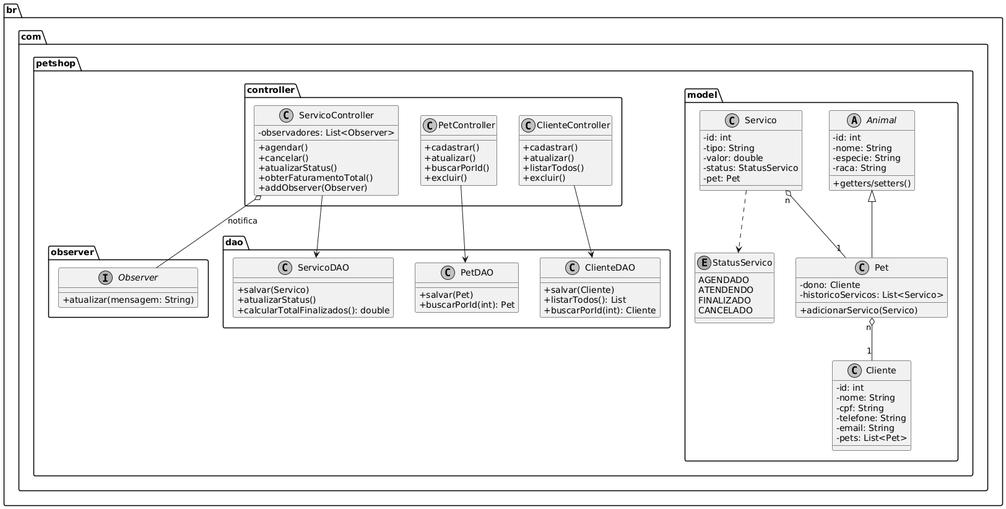
This is screenshots/diagrama.png from Km4rcos/trabalho-petshop-poo, a PlantUML export, as it was before one commit. Its diagram source:
```plantuml
@startuml
skinparam classAttributeIconSize 0
skinparam monochrome true
skinparam shadowing false

package "br.com.petshop.model" {
    abstract class Animal {
        - id: int
        - nome: String
        - especie: String
        - raca: String
        + getters/setters()
    }

    class Pet {
        - dono: Cliente
        - historicoServicos: List<Servico>
        + adicionarServico(Servico)
    }

    class Cliente {
        - id: int
        - nome: String
        - cpf: String
        - telefone: String
        - email: String
        - pets: List<Pet>
    }

    class Servico {
        - id: int
        - tipo: String
        - valor: double
        - status: StatusServico
        - pet: Pet
    }

    enum StatusServico {
        AGENDADO
        ATENDENDO
        FINALIZADO
        CANCELADO
    }
}

package "br.com.petshop.observer" {
    interface Observer {
        + atualizar(mensagem: String)
    }
}

package "br.com.petshop.controller" {
    class ClienteController {
        + cadastrar()
        + atualizar()
        + listarTodos()
        + excluir()
    }

    class PetController {
        + cadastrar()
        + atualizar()
        + buscarPorId()
        + excluir()
    }

    class ServicoController {
        - observadores: List<Observer>
        + agendar()
        + cancelar()
        + atualizarStatus()
        + obterFaturamentoTotal()
        + addObserver(Observer)
    }
}

package "br.com.petshop.dao" {
    class ClienteDAO {
        + salvar(Cliente)
        + listarTodos(): List
        + buscarPorId(int): Cliente
    }
    class PetDAO {
        + salvar(Pet)
        + buscarPorId(int): Pet
    }
    class ServicoDAO {
        + salvar(Servico)
        + atualizarStatus()
        + calcularTotalFinalizados(): double
    }
}

Animal <|-- Pet
Pet "n" o-- "1" Cliente
Servico "n" o-- "1" Pet
Servico ..> StatusServico
ServicoController o-- Observer : notifica
ClienteController --> ClienteDAO
PetController --> PetDAO
ServicoController --> ServicoDAO
@enduml
```
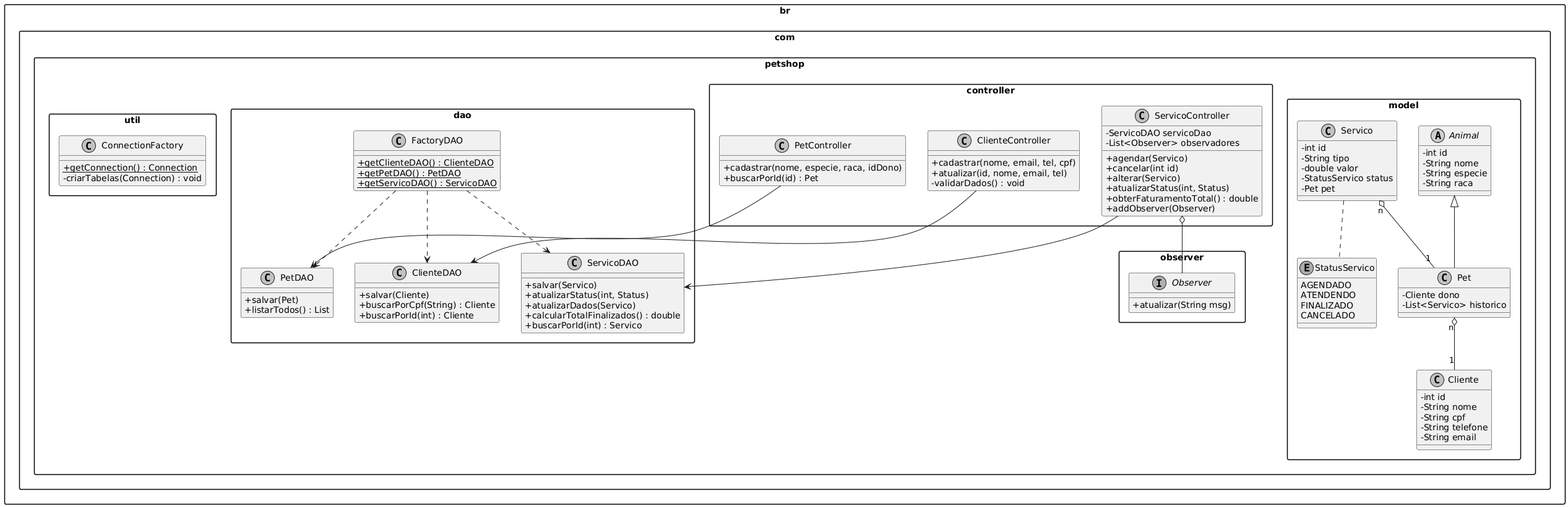
After the change.

Commit message:
Ajuste no diagrama.

Change to the diagram source:
```diff
@@ -1,38 +1,35 @@
 @startuml
 skinparam classAttributeIconSize 0
 skinparam monochrome true
-skinparam shadowing false
+skinparam packageStyle rectangle
 
 package "br.com.petshop.model" {
     abstract class Animal {
-        - id: int
-        - nome: String
-        - especie: String
-        - raca: String
-        + getters/setters()
+        - int id
+        - String nome
+        - String especie
+        - String raca
     }
 
     class Pet {
-        - dono: Cliente
-        - historicoServicos: List<Servico>
-        + adicionarServico(Servico)
+        - Cliente dono
+        - List<Servico> historico
     }
 
     class Cliente {
-        - id: int
-        - nome: String
-        - cpf: String
-        - telefone: String
-        - email: String
-        - pets: List<Pet>
+        - int id
+        - String nome
+        - String cpf
+        - String telefone
+        - String email
     }
 
     class Servico {
-        - id: int
-        - tipo: String
-        - valor: double
-        - status: StatusServico
-        - pet: Pet
+        - int id
+        - String tipo
+        - double valor
+        - StatusServico status
+        - Pet pet
     }
 
     enum StatusServico {
@@ -43,60 +40,80 @@
     }
 }
 
-package "br.com.petshop.observer" {
-    interface Observer {
-        + atualizar(mensagem: String)
-    }
-}
-
 package "br.com.petshop.controller" {
     class ClienteController {
-        + cadastrar()
-        + atualizar()
-        + listarTodos()
-        + excluir()
+        + cadastrar(nome, email, tel, cpf)
+        + atualizar(id, nome, email, tel)
+        - validarDados() : void
     }
 
     class PetController {
-        + cadastrar()
-        + atualizar()
-        + buscarPorId()
-        + excluir()
+        + cadastrar(nome, especie, raca, idDono)
+        + buscarPorId(id) : Pet
     }
 
     class ServicoController {
-        - observadores: List<Observer>
-        + agendar()
-        + cancelar()
-        + atualizarStatus()
-        + obterFaturamentoTotal()
+        - ServicoDAO servicoDao
+        - List<Observer> observadores
+        + agendar(Servico)
+        + cancelar(int id)
+        + alterar(Servico)
+        + atualizarStatus(int, Status)
+        + obterFaturamentoTotal() : double
         + addObserver(Observer)
     }
 }
 
 package "br.com.petshop.dao" {
+    class ServicoDAO {
+        + salvar(Servico)
+        + atualizarStatus(int, Status)
+        + atualizarDados(Servico)
+        + calcularTotalFinalizados() : double
+        + buscarPorId(int) : Servico
+    }
+
     class ClienteDAO {
         + salvar(Cliente)
-        + listarTodos(): List
-        + buscarPorId(int): Cliente
+        + buscarPorCpf(String) : Cliente
+        + buscarPorId(int) : Cliente
     }
+
     class PetDAO {
         + salvar(Pet)
-        + buscarPorId(int): Pet
+        + listarTodos() : List
     }
-    class ServicoDAO {
-        + salvar(Servico)
-        + atualizarStatus()
-        + calcularTotalFinalizados(): double
+
+    class FactoryDAO {
+        {static} + getClienteDAO() : ClienteDAO
+        {static} + getPetDAO() : PetDAO
+        {static} + getServicoDAO() : ServicoDAO
+    }
+}
+
+package "br.com.petshop.observer" {
+    interface Observer {
+        + atualizar(String msg)
+    }
+}
+
+package "br.com.petshop.util" {
+    class ConnectionFactory {
+        {static} + getConnection() : Connection
+        - criarTabelas(Connection) : void
     }
 }
 
 Animal <|-- Pet
 Pet "n" o-- "1" Cliente
 Servico "n" o-- "1" Pet
-Servico ..> StatusServico
-ServicoController o-- Observer : notifica
+Servico .. StatusServico
+
 ClienteController --> ClienteDAO
 PetController --> PetDAO
 ServicoController --> ServicoDAO
+ServicoController o-- Observer
+FactoryDAO ..> ClienteDAO
+FactoryDAO ..> PetDAO
+FactoryDAO ..> ServicoDAO
 @enduml
```
